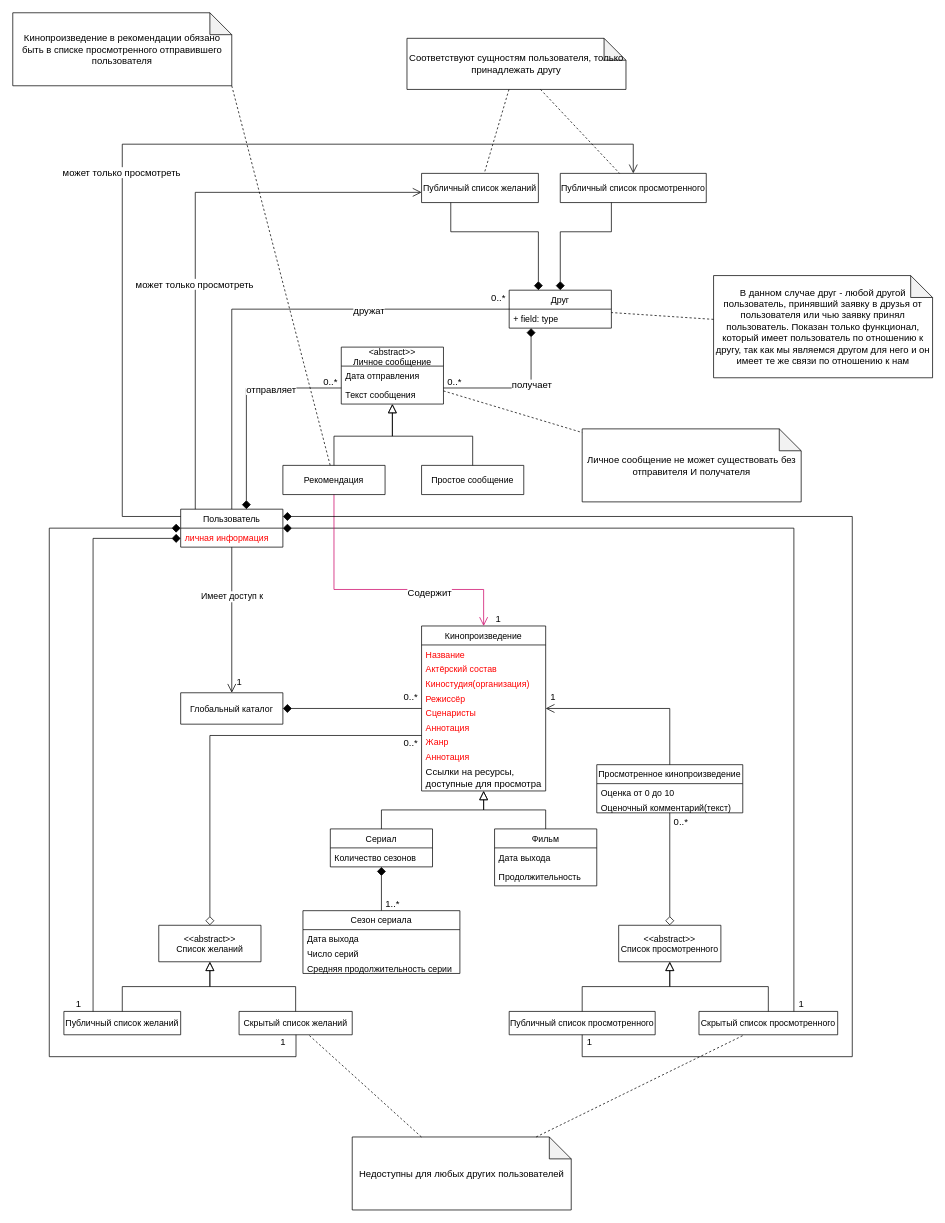
Above: diagrams/kt-modelPrO.drawio in vishIGOR/SchemesForRequirementsEngineering (draw.io), before the change. Source tidied: cells renumbered, new cells numbered last; positions are measured from the earlier drawing's top-left corner, leaving out a move shared by most shapes. Both pictures are drawn from the tidied source at 73%, with x=0, y=0 at pixel (12, 12).
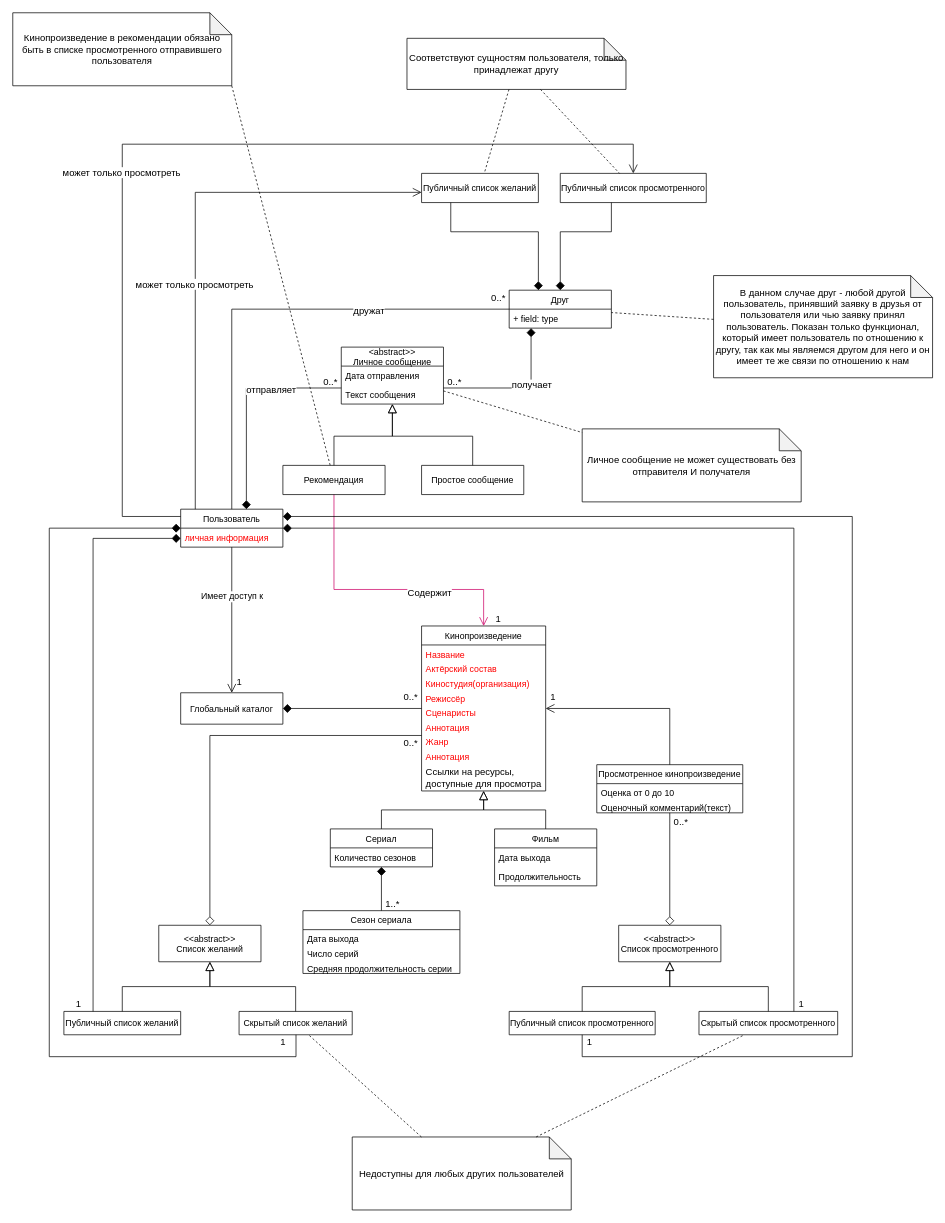
The same diagram, later.

Diff of the diagram source:
```diff
@@
-    <mxCell id="82" value="Соответствуют сущностям пользователя, только принадлежать другу" style="shape=note;whiteSpace=wrap;html=1;backgroundOutline=1;darkOpacity=0.05;fontSize=13;" parent="1" vertex="1">
+    <mxCell id="82" value="Соответствуют сущностям пользователя, только принадлежат другу" style="shape=note;whiteSpace=wrap;html=1;backgroundOutline=1;darkOpacity=0.05;fontSize=13;" parent="1" vertex="1">
       <mxGeometry x="540" y="35" width="300" height="70" as="geometry" />
     </mxCell>
```
